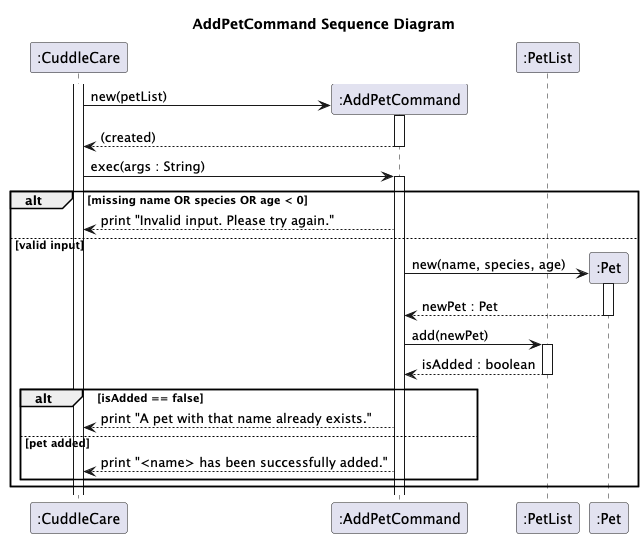
Kevin88866/tp keeps this PlantUML diagram as docs/diagrams/AddPetCommand_Sequence_Diagram.png. Above is the earlier version.
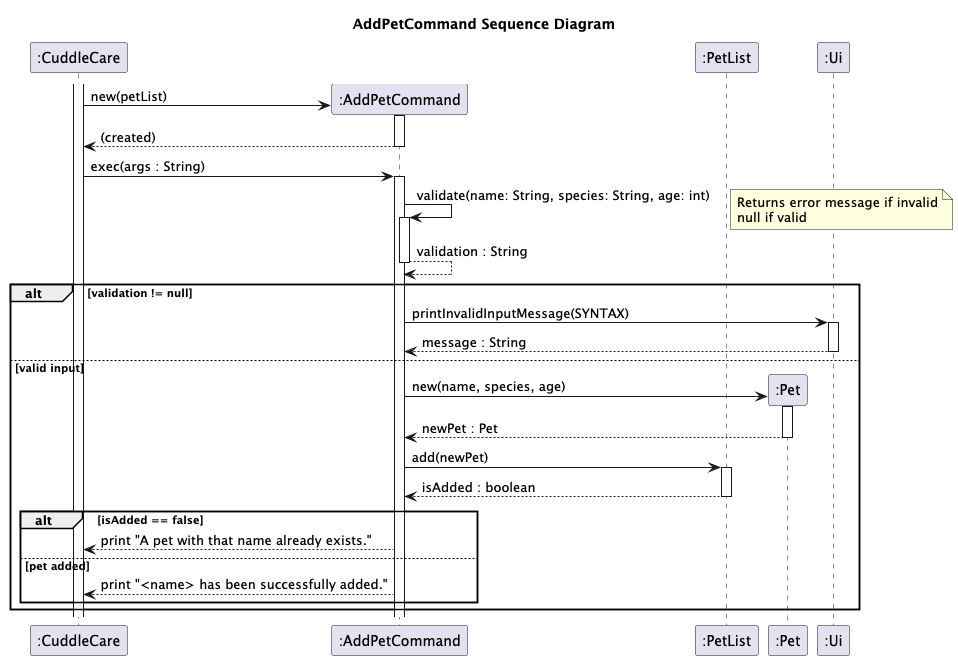
Later version of the same file.

The edit, as a diff of the source:
```diff
@@ -5,6 +5,7 @@
 participant ":AddPetCommand" as AddPetCommand
 participant ":PetList" as PetList
 participant ":Pet" as Pet
+participant ":Ui" as Ui
 
 activate CuddleCare
 
@@ -15,9 +16,15 @@
 CuddleCare -> AddPetCommand : exec(args : String)
 activate AddPetCommand
 
-alt missing name OR species OR age < 0
-    AddPetCommand --> CuddleCare : print "Invalid input. Please try again."
+AddPetCommand -> AddPetCommand : validate(name: String, species: String, age: int)
+activate AddPetCommand
+note right: Returns error message if invalid\nnull if valid
+return validation : String
 
+alt validation != null
+    AddPetCommand -> Ui : printInvalidInputMessage(SYNTAX)
+    activate Ui
+    return message : String
 else valid input
     AddPetCommand -> Pet** : new(name, species, age)
     activate Pet
```
